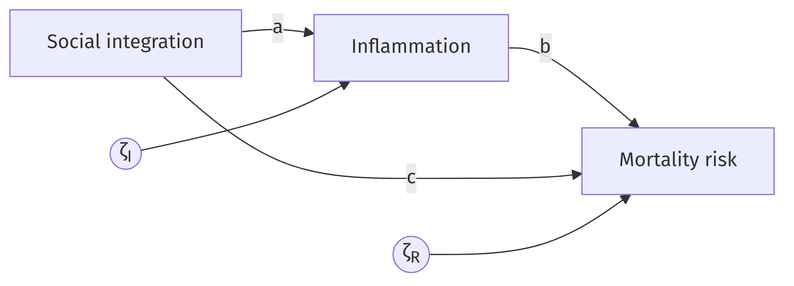
Above: diagrams/yang.png in daob/stads-book (Mermaid), before the change. Its source is kept beside it as diagrams/yang.mmd.
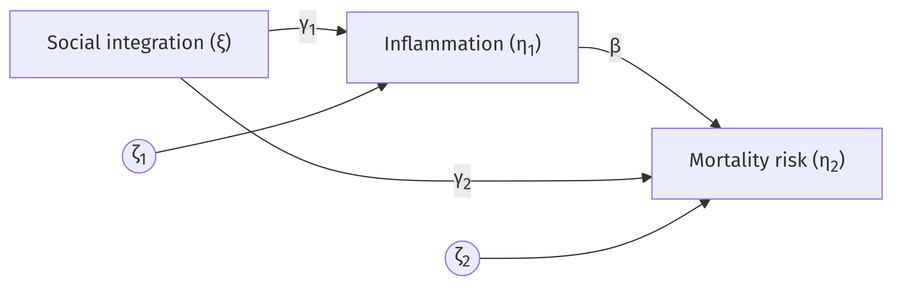
Later version of the same file.

Change to the diagram source:
```diff
@@ -1,6 +1,6 @@
 flowchart LR
-  S[Social integration] -->|a| I[Inflammation]
-  I -->|b| R[Mortality risk]
-  S -->|c| R
-  zI((ζ<sub>I</sub>)) --> I
-  zR((ζ<sub>R</sub>)) --> R
+  S["Social integration (ξ)"] -->|γ<sub>1</sub>| I["Inflammation (η<sub>1</sub>)"]
+  I -->|β| R["Mortality risk (η<sub>2</sub>)"]
+  S -->|γ<sub>2</sub>| R
+  z1((ζ<sub>1</sub>)) --> I
+  z2((ζ<sub>2</sub>)) --> R
```
